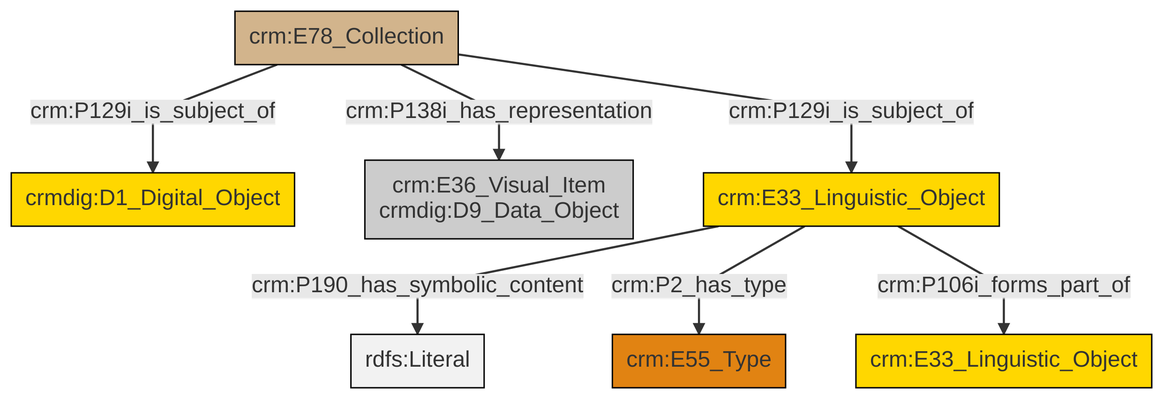
Earlier version of the Mermaid export et/archivalCSV/ttl/mmd/png/archival_docs.png (swiss-art-research-net/docs.swissartresearch). Its source is kept beside it as et/archivalCSV/ttl/mmd/archival_docs.ttl.mmd.
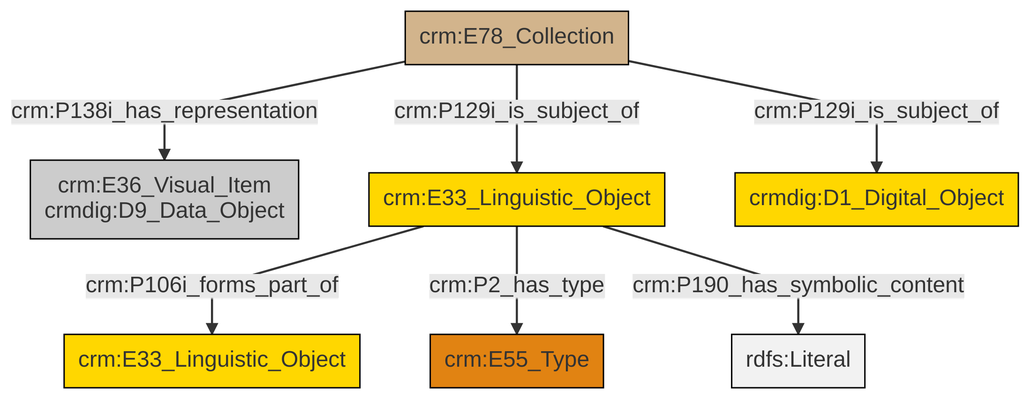
Later version of the same file.

What changed in the source:
```diff
@@ -13,9 +13,9 @@
 classDef PC_Classes fill:#4ce600, stroke:#000000;
 classDef Multi fill:#cccccc,stroke:#000000;
 
-2["crm:E78_Collection"]:::Physical_Thing -->|crm:P138i_has_representation| 3["crm:E36_Visual_Item<br>crmdig:D9_Data_Object"]:::Multi
-4["crm:E33_Linguistic_Object"]:::Conceptual_Object -->|crm:P190_has_symbolic_content| 5[rdfs:Literal]:::Literal
-2["crm:E78_Collection"]:::Physical_Thing -->|crm:P129i_is_subject_of| 0["crmdig:D1_Digital_Object"]:::Conceptual_Object
-2["crm:E78_Collection"]:::Physical_Thing -->|crm:P129i_is_subject_of| 4["crm:E33_Linguistic_Object"]:::Conceptual_Object
-4["crm:E33_Linguistic_Object"]:::Conceptual_Object -->|crm:P2_has_type| 8["crm:E55_Type"]:::Type
-4["crm:E33_Linguistic_Object"]:::Conceptual_Object -->|crm:P106i_forms_part_of| 11["crm:E33_Linguistic_Object"]:::Conceptual_Object
+0["crm:E78_Collection"]:::Physical_Thing -->|crm:P138i_has_representation| 1["crm:E36_Visual_Item<br>crmdig:D9_Data_Object"]:::Multi
+3["crm:E33_Linguistic_Object"]:::Conceptual_Object -->|crm:P106i_forms_part_of| 4["crm:E33_Linguistic_Object"]:::Conceptual_Object
+3["crm:E33_Linguistic_Object"]:::Conceptual_Object -->|crm:P2_has_type| 9["crm:E55_Type"]:::Type
+0["crm:E78_Collection"]:::Physical_Thing -->|crm:P129i_is_subject_of| 7["crmdig:D1_Digital_Object"]:::Conceptual_Object
+0["crm:E78_Collection"]:::Physical_Thing -->|crm:P129i_is_subject_of| 3["crm:E33_Linguistic_Object"]:::Conceptual_Object
+3["crm:E33_Linguistic_Object"]:::Conceptual_Object -->|crm:P190_has_symbolic_content| 14[rdfs:Literal]:::Literal
```
